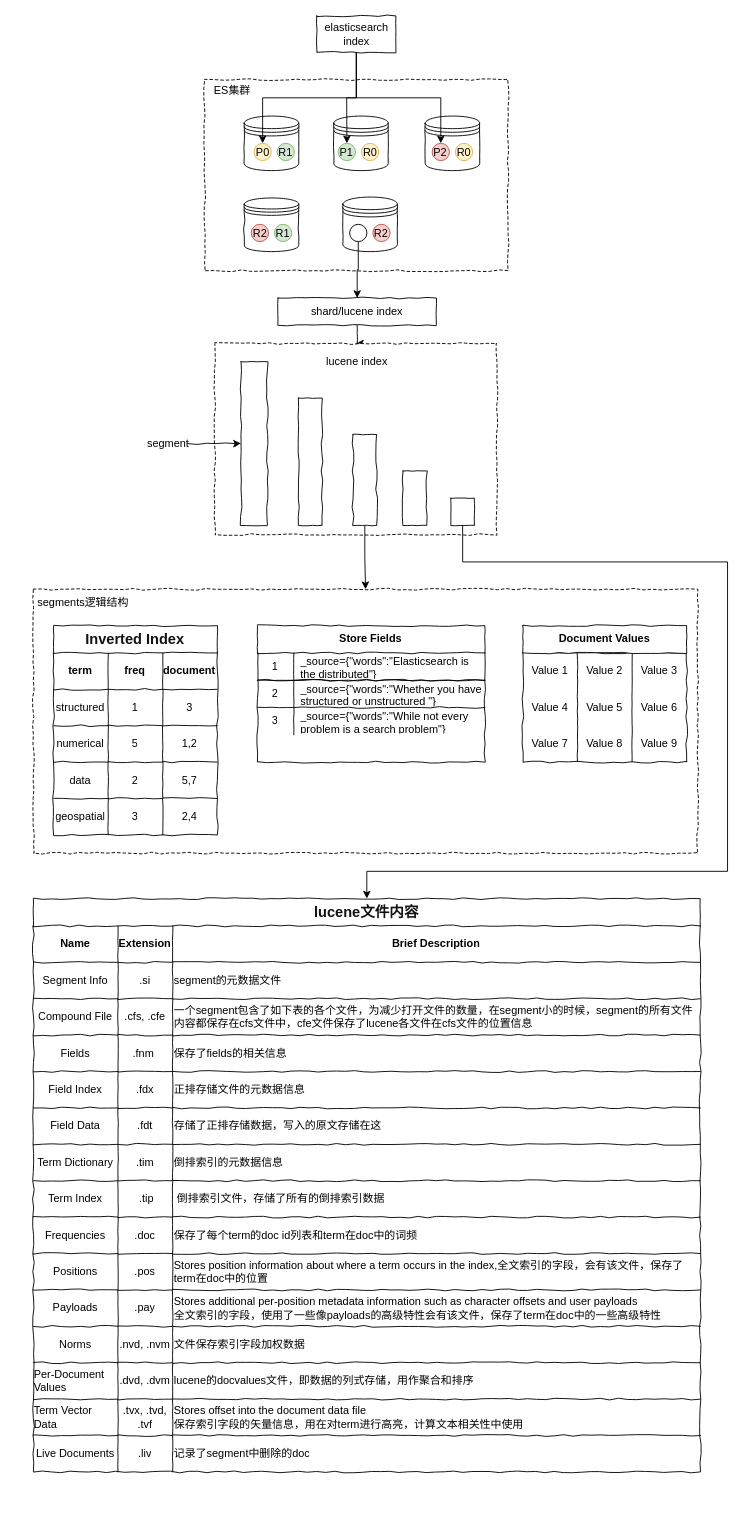
This is jgodeye-ebook/draw/es-store.drawio from liufengking/jgodeye, a draw.io file, before an edit. Source tidied: cells renumbered, new cells numbered last; positions are measured from the earlier drawing's top-left corner, leaving out a move shared by most shapes. Both pictures are drawn from the tidied source at 91%, with x=0, y=0 at pixel (24, 15).
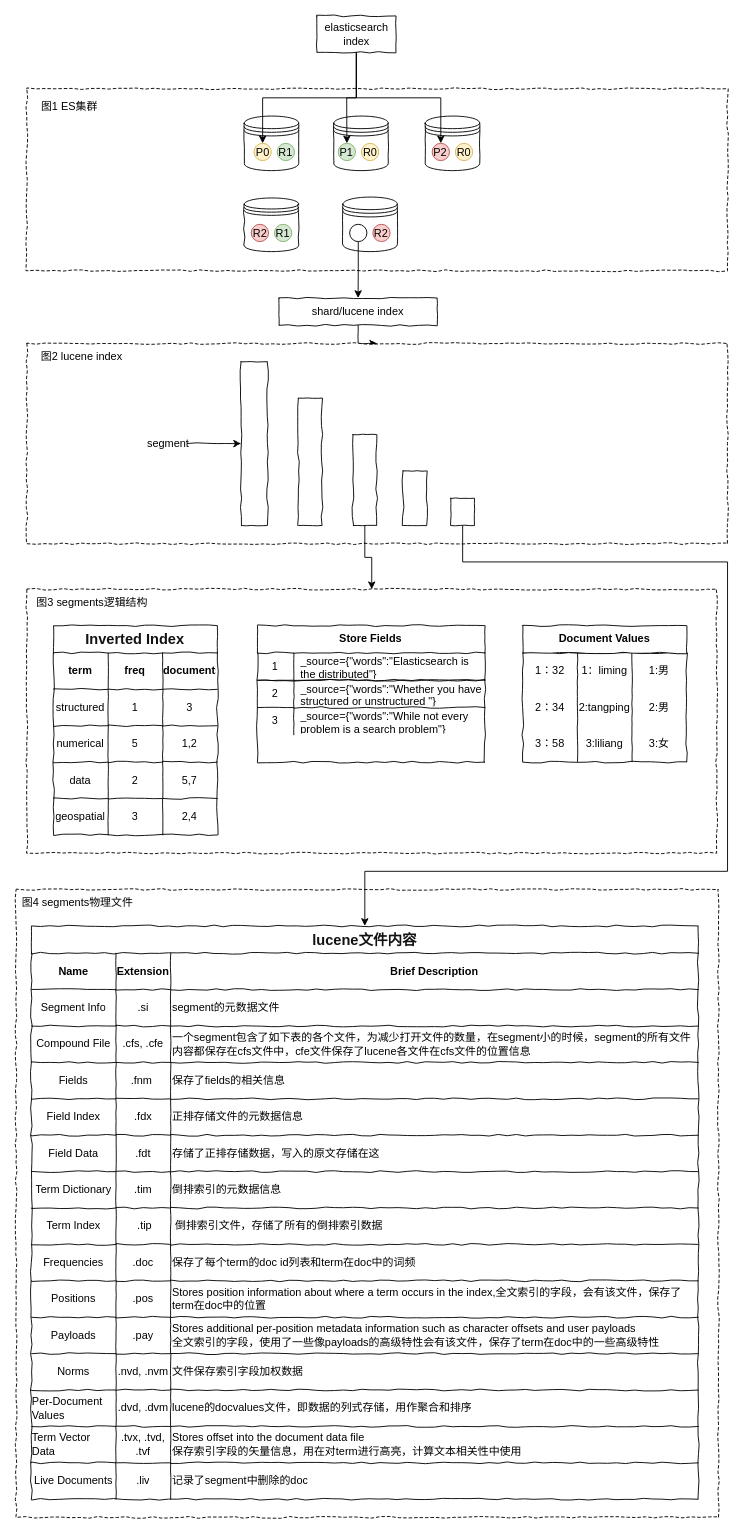
The same page after the edit.

The change refers to these unchanged cells:
```xml
<mxCell id="32" style="rounded=0;whiteSpace=wrap;html=1;comic=1;" parent="1" vertex="1">
  <mxGeometry x="468.9" y="530" width="26" height="30" as="geometry" />
</mxCell>
<mxCell id="70" style="shape=partialRectangle;html=1;whiteSpace=wrap;fillColor=none;top=0;left=0;bottom=0;right=0;noLabel=0;" parent="69" vertex="1">
  <mxGeometry width="180" height="40" as="geometry" />
</mxCell>
<mxCell id="74" style="shape=partialRectangle;html=1;whiteSpace=wrap;fillColor=none;top=0;left=0;bottom=0;right=0;noLabel=0;" parent="69" vertex="1">
  <mxGeometry y="40" width="180" height="40" as="geometry" />
</mxCell>
<mxCell id="78" style="shape=partialRectangle;html=1;whiteSpace=wrap;fillColor=none;top=0;left=0;bottom=0;right=0;noLabel=0;" parent="69" vertex="1">
  <mxGeometry y="80" width="180" height="40" as="geometry" />
</mxCell>
```

What changed in the source:
```diff
@@
+    <mxCell id="145" style="rounded=0;whiteSpace=wrap;html=1;comic=1;dashed=1;" parent="1" vertex="1">
+      <mxGeometry x="-8.8" y="960" width="771.8" height="690" as="geometry" />
+    </mxCell>
     <mxCell id="2" style="rounded=0;whiteSpace=wrap;html=1;dashed=1;comic=1;align=left;" parent="1" vertex="1">
-      <mxGeometry x="198.4" y="70" width="333.4" height="210" as="geometry" />
+      <mxGeometry x="3" y="80" width="770" height="200" as="geometry" />
     </mxCell>
     <mxCell id="3" style="rounded=0;whiteSpace=wrap;html=1;comic=1;dashed=1;" parent="1" vertex="1">
-      <mxGeometry x="10.2" y="630" width="730" height="290" as="geometry" />
+      <mxGeometry x="3" y="630" width="758" height="290" as="geometry" />
     </mxCell>
@@
-    <mxCell id="9" value="ES集群" style="text;html=1;strokeColor=none;fillColor=none;align=center;verticalAlign=middle;whiteSpace=wrap;rounded=0;comic=1;" parent="1" vertex="1">
-      <mxGeometry x="197.4" y="72" width="64" height="20" as="geometry" />
+    <mxCell id="9" value="图1 ES集群" style="text;html=1;strokeColor=none;fillColor=none;align=center;verticalAlign=middle;whiteSpace=wrap;rounded=0;comic=1;" parent="1" vertex="1">
+      <mxGeometry x="10.2" y="90" width="80" height="20" as="geometry" />
     </mxCell>
@@
     <mxCell id="26" value="shard/lucene index" style="rounded=0;whiteSpace=wrap;html=1;comic=1;" parent="1" vertex="1">
-      <mxGeometry x="279" y="310" width="174" height="30" as="geometry" />
+      <mxGeometry x="280" y="310" width="174" height="30" as="geometry" />
     </mxCell>
     <mxCell id="27" style="rounded=0;whiteSpace=wrap;html=1;dashed=1;comic=1;" parent="1" vertex="1">
-      <mxGeometry x="209.6" y="360" width="310" height="210" as="geometry" />
+      <mxGeometry x="3" y="360" width="770" height="220" as="geometry" />
     </mxCell>
-    <mxCell id="28" value="lucene index" style="text;html=1;strokeColor=none;fillColor=none;align=center;verticalAlign=middle;whiteSpace=wrap;rounded=0;comic=1;" parent="1" vertex="1">
-      <mxGeometry x="322.6" y="370" width="86" height="20" as="geometry" />
+    <mxCell id="28" value="图2 lucene index" style="text;html=1;strokeColor=none;fillColor=none;align=center;verticalAlign=middle;whiteSpace=wrap;rounded=0;comic=1;" parent="1" vertex="1">
+      <mxGeometry x="3" y="370" width="120.8" height="10" as="geometry" />
     </mxCell>
@@
     <mxCell id="31" style="edgeStyle=orthogonalEdgeStyle;rounded=0;jettySize=auto;html=1;exitX=0.5;exitY=1;exitDx=0;exitDy=0;entryX=0.5;entryY=0;entryDx=0;entryDy=0;" parent="1" edge="1" source="32" target="84">
       <mxGeometry relative="1" as="geometry">
         <Array as="points">
           <mxPoint x="482" y="600" />
           <mxPoint x="773" y="600" />
           <mxPoint x="773" y="940" />
-          <mxPoint x="377" y="940" />
+          <mxPoint x="374" y="940" />
         </Array>
       </mxGeometry>
     </mxCell>
@@
-    <mxCell id="71" value="Value 1" style="shape=partialRectangle;html=1;whiteSpace=wrap;fillColor=none;top=0;left=0;bottom=0;right=0;overflow=hidden;noLabel=0;" parent="70" vertex="1">
+    <mxCell id="71" value="1：32" style="shape=partialRectangle;html=1;whiteSpace=wrap;fillColor=none;top=0;left=0;bottom=0;right=0;overflow=hidden;noLabel=0;" parent="70" vertex="1">
       <mxGeometry width="60" height="40" as="geometry" />
     </mxCell>
-    <mxCell id="72" value="Value 2" style="shape=partialRectangle;html=1;whiteSpace=wrap;fillColor=none;top=0;left=0;bottom=0;right=0;overflow=hidden;noLabel=0;" parent="70" vertex="1">
+    <mxCell id="72" value="1：liming" style="shape=partialRectangle;html=1;whiteSpace=wrap;fillColor=none;top=0;left=0;bottom=0;right=0;overflow=hidden;noLabel=0;" parent="70" vertex="1">
       <mxGeometry x="60" width="60" height="40" as="geometry" />
     </mxCell>
-    <mxCell id="73" value="Value 3" style="shape=partialRectangle;html=1;whiteSpace=wrap;fillColor=none;top=0;left=0;bottom=0;right=0;overflow=hidden;noLabel=0;" parent="70" vertex="1">
+    <mxCell id="73" value="1:男" style="shape=partialRectangle;html=1;whiteSpace=wrap;fillColor=none;top=0;left=0;bottom=0;right=0;overflow=hidden;noLabel=0;" parent="70" vertex="1">
       <mxGeometry x="120" width="60" height="40" as="geometry" />
     </mxCell>
@@
-    <mxCell id="75" value="Value 4" style="shape=partialRectangle;html=1;whiteSpace=wrap;fillColor=none;top=0;left=0;bottom=0;right=0;overflow=hidden;noLabel=0;" parent="74" vertex="1">
+    <mxCell id="75" value="2：34" style="shape=partialRectangle;html=1;whiteSpace=wrap;fillColor=none;top=0;left=0;bottom=0;right=0;overflow=hidden;noLabel=0;" parent="74" vertex="1">
       <mxGeometry width="60" height="40" as="geometry" />
     </mxCell>
-    <mxCell id="76" value="Value 5" style="shape=partialRectangle;html=1;whiteSpace=wrap;fillColor=none;top=0;left=0;bottom=0;right=0;overflow=hidden;noLabel=0;" parent="74" vertex="1">
+    <mxCell id="76" value="2:tangping" style="shape=partialRectangle;html=1;whiteSpace=wrap;fillColor=none;top=0;left=0;bottom=0;right=0;overflow=hidden;noLabel=0;" parent="74" vertex="1">
       <mxGeometry x="60" width="60" height="40" as="geometry" />
     </mxCell>
-    <mxCell id="77" value="Value 6" style="shape=partialRectangle;html=1;whiteSpace=wrap;fillColor=none;top=0;left=0;bottom=0;right=0;overflow=hidden;noLabel=0;" parent="74" vertex="1">
+    <mxCell id="77" value="2:男" style="shape=partialRectangle;html=1;whiteSpace=wrap;fillColor=none;top=0;left=0;bottom=0;right=0;overflow=hidden;noLabel=0;" parent="74" vertex="1">
       <mxGeometry x="120" width="60" height="40" as="geometry" />
     </mxCell>
@@
-    <mxCell id="79" value="Value 7" style="shape=partialRectangle;html=1;whiteSpace=wrap;fillColor=none;top=0;left=0;bottom=0;right=0;overflow=hidden;noLabel=0;" parent="78" vertex="1">
+    <mxCell id="79" value="3：58" style="shape=partialRectangle;html=1;whiteSpace=wrap;fillColor=none;top=0;left=0;bottom=0;right=0;overflow=hidden;noLabel=0;" parent="78" vertex="1">
       <mxGeometry width="60" height="40" as="geometry" />
     </mxCell>
-    <mxCell id="80" value="Value 8" style="shape=partialRectangle;html=1;whiteSpace=wrap;fillColor=none;top=0;left=0;bottom=0;right=0;overflow=hidden;noLabel=0;" parent="78" vertex="1">
+    <mxCell id="80" value="3:liliang" style="shape=partialRectangle;html=1;whiteSpace=wrap;fillColor=none;top=0;left=0;bottom=0;right=0;overflow=hidden;noLabel=0;" parent="78" vertex="1">
       <mxGeometry x="60" width="60" height="40" as="geometry" />
     </mxCell>
-    <mxCell id="81" value="Value 9" style="shape=partialRectangle;html=1;whiteSpace=wrap;fillColor=none;top=0;left=0;bottom=0;right=0;overflow=hidden;noLabel=0;" parent="78" vertex="1">
+    <mxCell id="81" value="3:女" style="shape=partialRectangle;html=1;whiteSpace=wrap;fillColor=none;top=0;left=0;bottom=0;right=0;overflow=hidden;noLabel=0;" parent="78" vertex="1">
       <mxGeometry x="120" width="60" height="40" as="geometry" />
     </mxCell>
@@
-    <mxCell id="83" value="segments逻辑结构" style="text;html=1;strokeColor=none;fillColor=none;align=center;verticalAlign=middle;whiteSpace=wrap;rounded=0;comic=1;" parent="1" vertex="1">
-      <mxGeometry x="0.2" y="640" width="129.9" height="10" as="geometry" />
+    <mxCell id="83" value="图3 segments逻辑结构" style="text;html=1;strokeColor=none;fillColor=none;align=center;verticalAlign=middle;whiteSpace=wrap;rounded=0;comic=1;" parent="1" vertex="1">
+      <mxGeometry x="10.2" y="640" width="129.9" height="10" as="geometry" />
     </mxCell>
     <mxCell id="84" value="&lt;font color=&quot;#121212&quot; size=&quot;3&quot;&gt;lucene文件内容&lt;/font&gt;" style="shape=table;html=1;whiteSpace=wrap;startSize=30;childLayout=tableLayout;fontStyle=1;align=center;rowLines=1;columnLines=1;comic=1;" parent="1" vertex="1">
-      <mxGeometry x="10.2" y="970" width="732.8" height="630" as="geometry" />
+      <mxGeometry x="8" y="1000" width="732.8" height="630" as="geometry" />
     </mxCell>
@@
+    <mxCell id="146" value="图4 segments物理文件" style="text;html=1;strokeColor=none;fillColor=none;align=center;verticalAlign=middle;whiteSpace=wrap;rounded=0;comic=1;" parent="1" vertex="1">
+      <mxGeometry x="-6.1" y="970" width="129.9" height="10" as="geometry" />
+    </mxCell>
```
